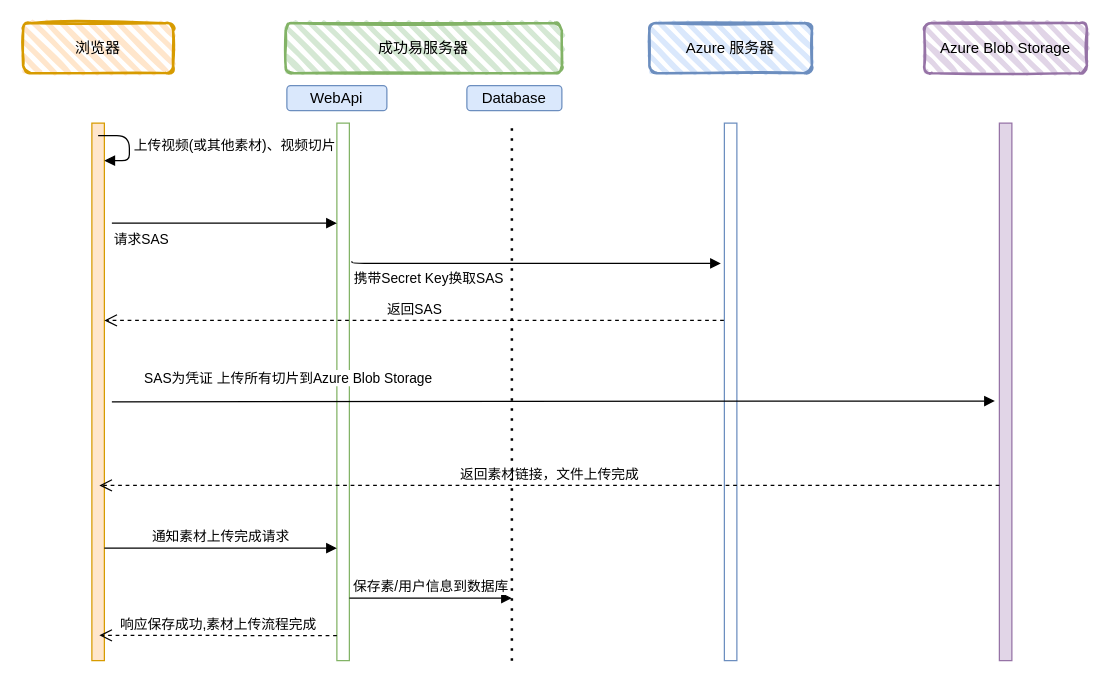
Before: Azure blob 视频上传.drawio in gebiWangshushu/ioDraw, a draw.io diagram. Source tidied: cells renumbered, new cells numbered last; positions are measured from the earlier drawing's top-left corner, leaving out a move shared by most shapes. Both pictures are drawn from the tidied source at 125%, with x=0, y=0 at pixel (22, 22).
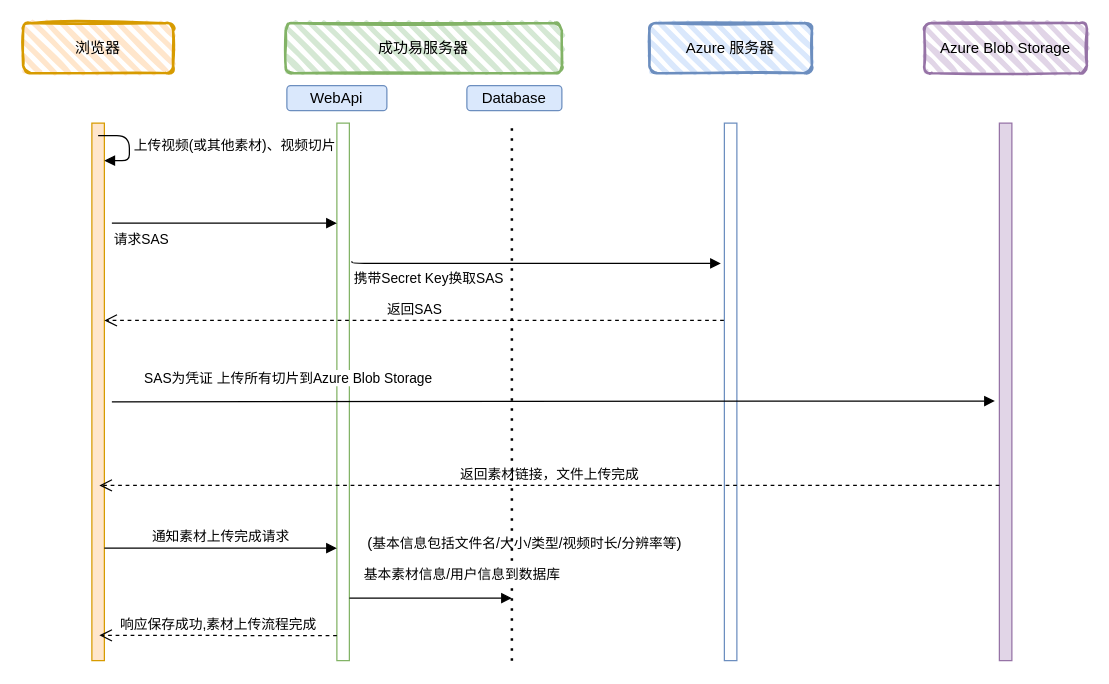
After the change.

Commit message:
更新Azure blob 视频上传.drawio

What changed in the source:
```diff
@@
-    <mxCell id="19" value="保存素/用户信息到数据库" style="html=1;verticalAlign=bottom;endArrow=block;rounded=0;" parent="1" edge="1">
-      <mxGeometry relative="1" as="geometry">
+    <mxCell id="19" value="基本素材信息/用户信息到数据库" style="html=1;verticalAlign=bottom;endArrow=block;rounded=0;" parent="1" edge="1">
+      <mxGeometry x="0.38" y="10" relative="1" as="geometry">
         <mxPoint x="261" y="460" as="sourcePoint" />
         <mxPoint x="391" y="460" as="targetPoint" />
       </mxGeometry>
     </mxCell>
@@
+    <mxCell id="22" value="&lt;span style=&quot;font-weight: normal&quot;&gt;&lt;font style=&quot;font-size: 12px&quot;&gt;(&lt;/font&gt;&lt;font style=&quot;font-size: 11px&quot;&gt;基本信息包括文件名/大小/类型/视频时长/分辨率等&lt;/font&gt;&lt;font style=&quot;font-size: 12px&quot;&gt;)&lt;/font&gt;&lt;/span&gt;" style="text;strokeColor=none;fillColor=none;html=1;fontSize=24;fontStyle=1;verticalAlign=middle;align=center;" parent="1" vertex="1">
+      <mxGeometry x="351" y="392" width="100" height="40" as="geometry" />
+    </mxCell>
```
